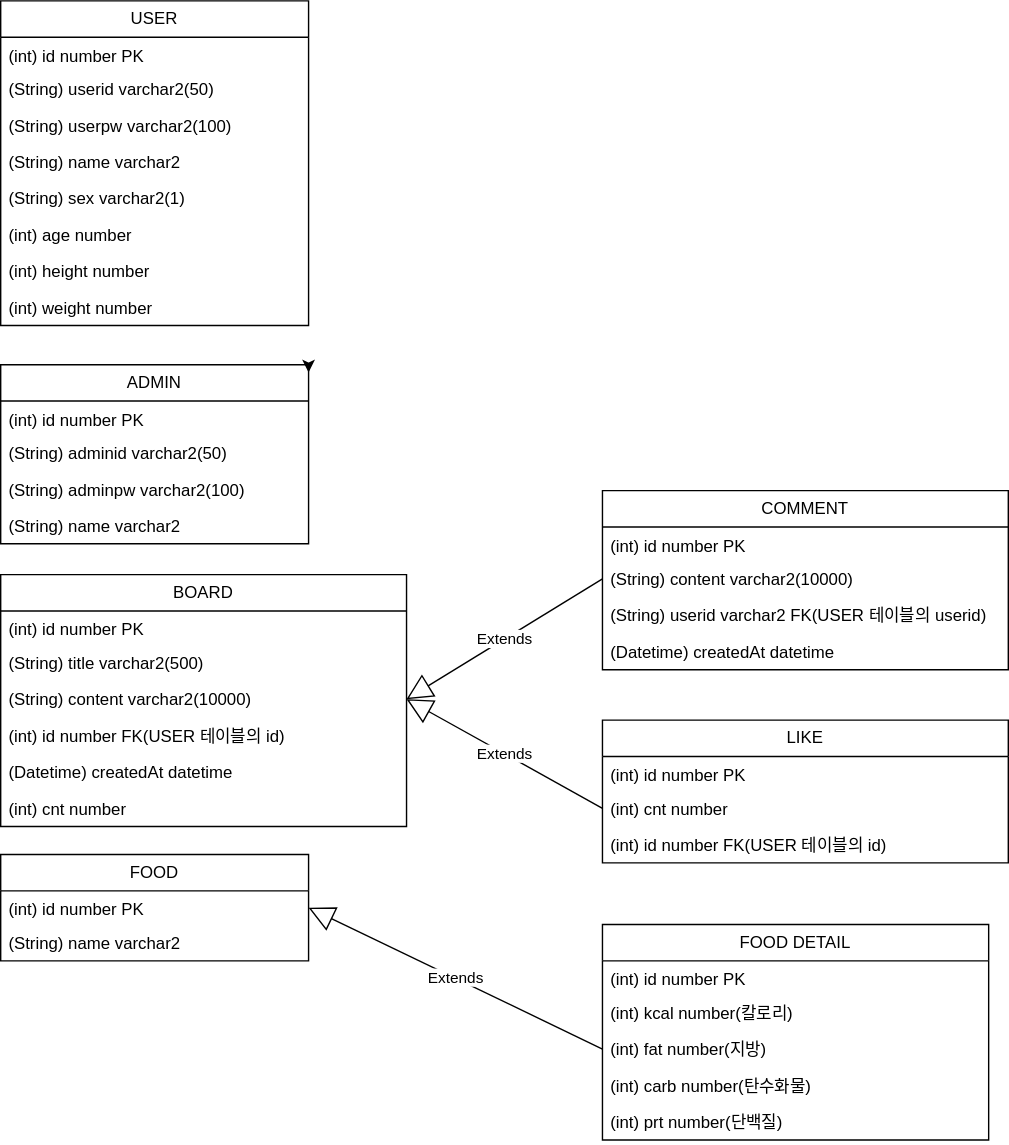
The draw.io diagram document/제목 없는 다이어그램.drawio.svg in checkIn97/Diet-Project, before a commit. Source tidied: cells renumbered, new cells last; positions are measured from the earlier drawing's top-left corner, leaving out a move shared by most shapes.
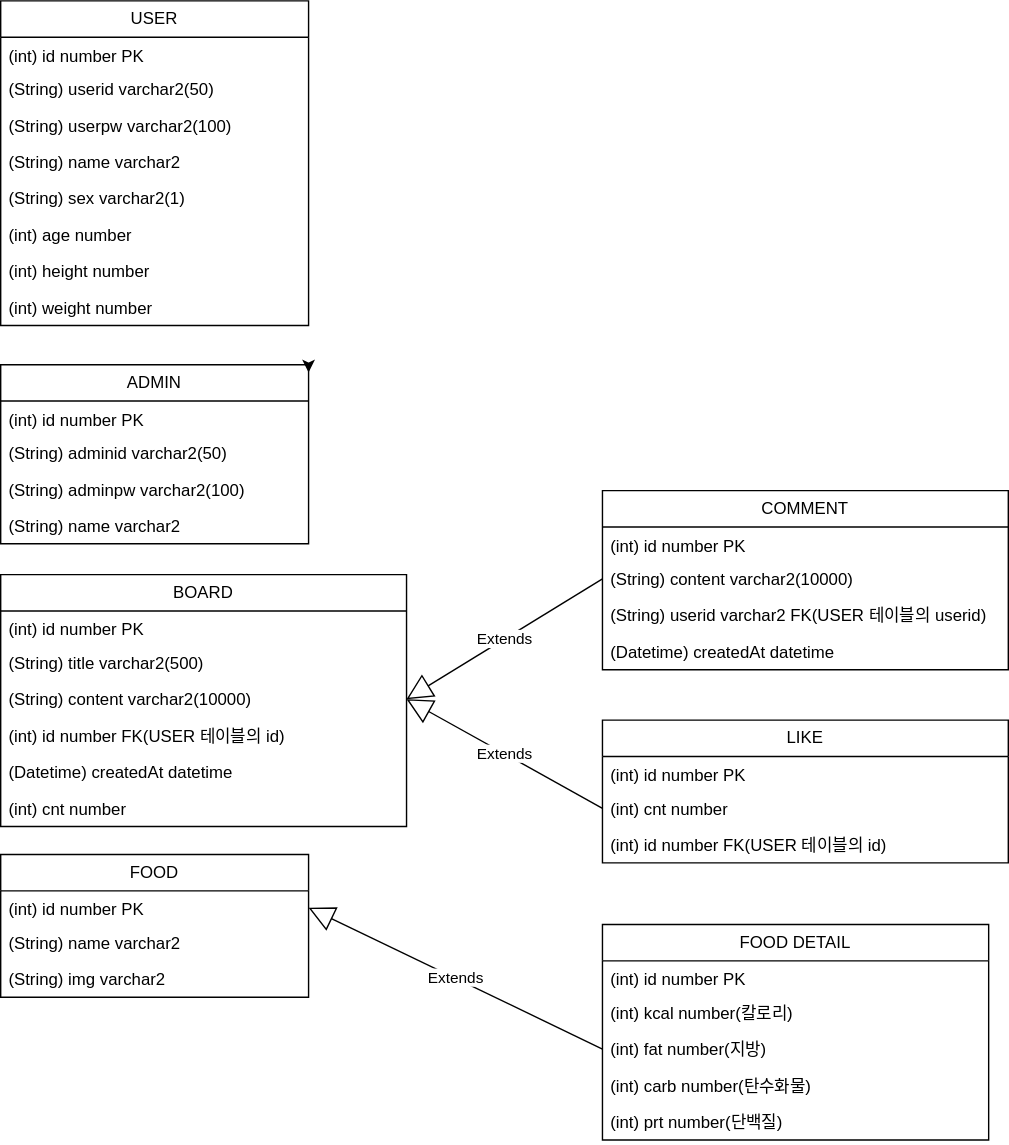
After the commit.

Diff of the diagram source:
```diff
@@ -69,7 +69,7 @@
       <mxGeometry y="154" width="290" height="26" as="geometry" />
     </mxCell>
     <mxCell id="24" value="FOOD" style="swimlane;fontStyle=0;horizontal=1;startSize=26;fillColor=none;whiteSpace=wrap;html=1;" parent="1" vertex="1">
-      <mxGeometry y="610" width="220" height="76" as="geometry" />
+      <mxGeometry y="610" width="220" height="102" as="geometry" />
     </mxCell>
     <mxCell id="25" value="(int) id number PK" style="text;strokeColor=none;fillColor=none;align=left;verticalAlign=top;spacingLeft=4;spacingRight=4;overflow=hidden;points=[[0,0.5],[1,0.5]];portConstraint=eastwest;whiteSpace=wrap;html=1;" parent="24" vertex="1">
       <mxGeometry y="26" width="220" height="24" as="geometry" />
@@ -77,6 +77,9 @@
     <mxCell id="26" value="(String) name varchar2" style="text;strokeColor=none;fillColor=none;align=left;verticalAlign=top;spacingLeft=4;spacingRight=4;overflow=hidden;whiteSpace=wrap;html=1;" parent="24" vertex="1">
       <mxGeometry y="50" width="220" height="26" as="geometry" />
     </mxCell>
+    <mxCell id="45" value="(String) img varchar2" style="text;strokeColor=none;fillColor=none;align=left;verticalAlign=top;spacingLeft=4;spacingRight=4;overflow=hidden;whiteSpace=wrap;html=1;" parent="24" vertex="1">
+      <mxGeometry y="76" width="220" height="26" as="geometry" />
+    </mxCell>
     <mxCell id="27" value="COMMENT" style="swimlane;fontStyle=0;horizontal=1;startSize=26;fillColor=none;whiteSpace=wrap;html=1;" parent="1" vertex="1">
       <mxGeometry x="430" y="350" width="290" height="128" as="geometry" />
     </mxCell>
```
